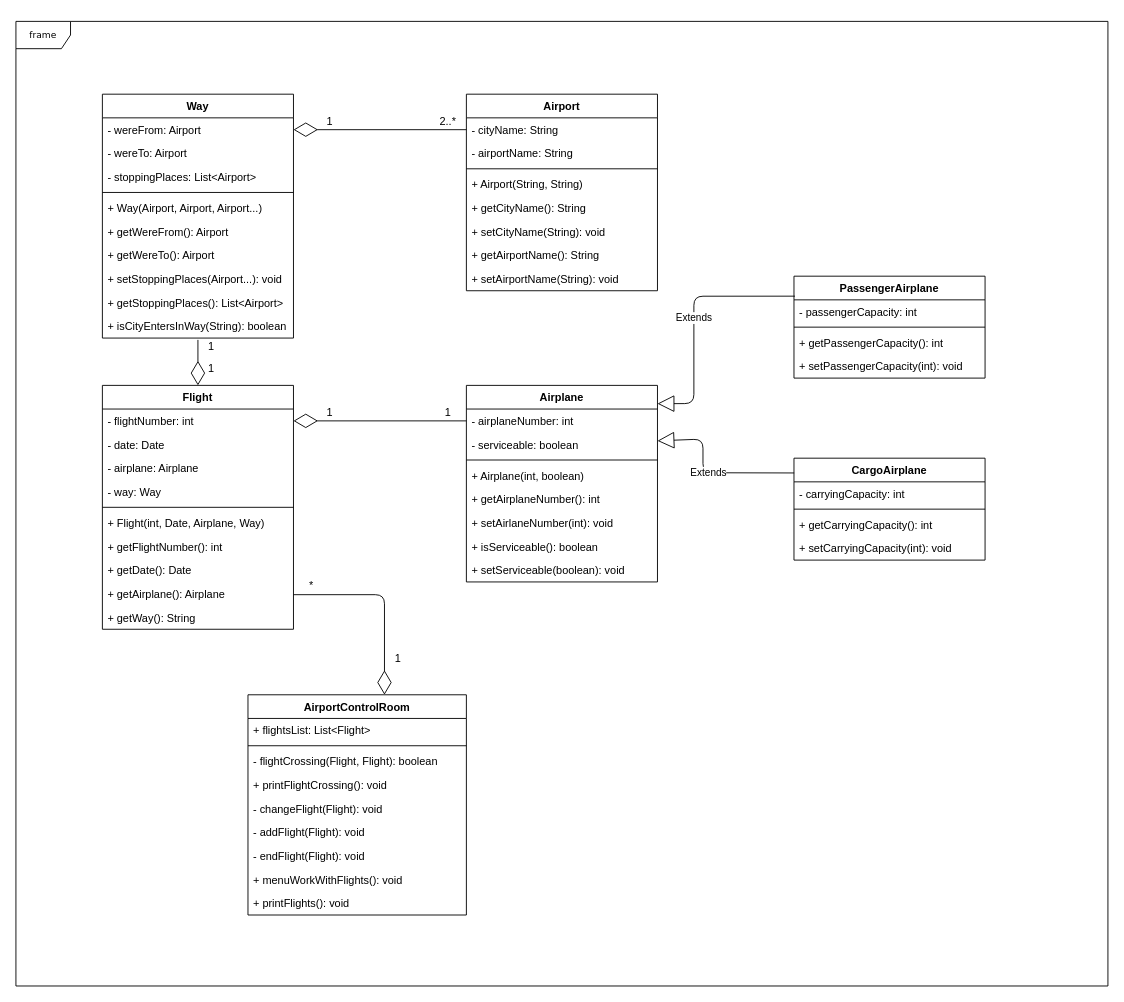
This is task-2/3/Airplane.drawio from Shurik-Yankovich/Restfull-web-project, a draw.io file, before an edit. Source tidied: cells renumbered, new cells numbered last; positions are measured from the earlier drawing's top-left corner, leaving out a move shared by most shapes. Both pictures are drawn from the tidied source at 91%, with x=0, y=0 at pixel (15, 21).
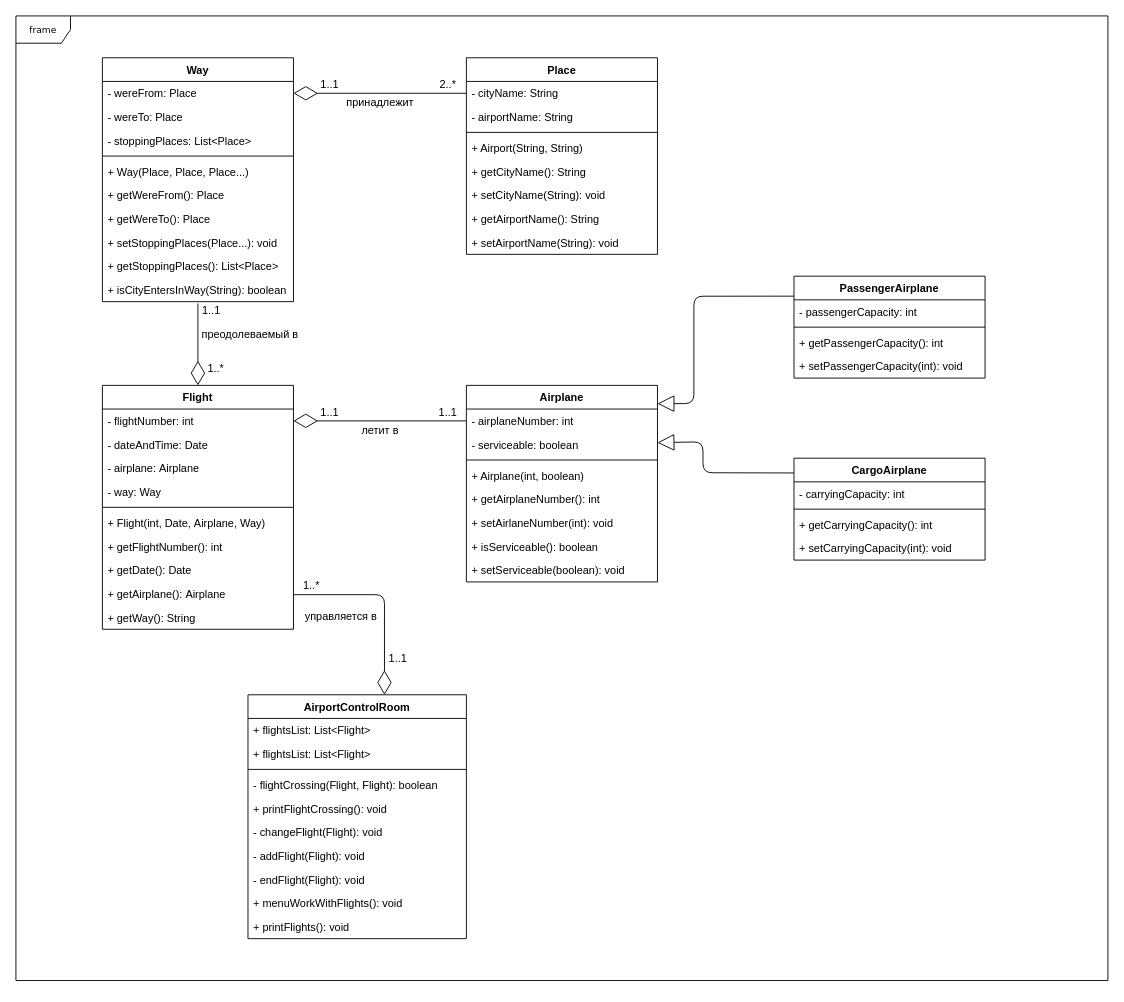
The same page after the edit.

Commit message (it also covers changes not shown here):
Changed UML diagrams in exercise 3 in task 2.

Unchanged cells that the change refers to:
```xml
<mxCell id="4" value="- cityName: String" style="text;strokeColor=none;fillColor=none;align=left;verticalAlign=top;spacingLeft=4;spacingRight=4;overflow=hidden;points=[[0,0.5],[1,0.5]];portConstraint=eastwest;" parent="3" vertex="1">
  <mxGeometry y="26" width="210" height="26" as="geometry" />
</mxCell>
<mxCell id="22" value="+ isCityEntersInWay(String): boolean" style="text;strokeColor=none;fillColor=none;align=left;verticalAlign=top;spacingLeft=4;spacingRight=4;overflow=hidden;points=[[0,0.5],[1,0.5]];portConstraint=eastwest;" parent="12" vertex="1">
  <mxGeometry y="242" width="210" height="26" as="geometry" />
</mxCell>
<mxCell id="23" value="Flight" style="swimlane;fontStyle=1;align=center;verticalAlign=top;horizontal=1;startSize=26;" parent="1" vertex="1">
  <mxGeometry x="95" y="400" width="210" height="268" as="geometry" />
</mxCell>
<mxCell id="24" value="- flightNumber: int" style="text;strokeColor=none;fillColor=none;align=left;verticalAlign=top;spacingLeft=4;spacingRight=4;overflow=hidden;points=[[0,0.5],[1,0.5]];portConstraint=eastwest;" parent="23" vertex="1">
  <mxGeometry y="26" width="210" height="26" as="geometry" />
</mxCell>
<mxCell id="34" value="Airplane" style="swimlane;fontStyle=1;align=center;verticalAlign=top;horizontal=1;startSize=26;" parent="1" vertex="1">
  <mxGeometry x="495" y="400" width="210" height="216" as="geometry" />
</mxCell>
<mxCell id="35" value="- airplaneNumber: int" style="text;strokeColor=none;fillColor=none;align=left;verticalAlign=top;spacingLeft=4;spacingRight=4;overflow=hidden;points=[[0,0.5],[1,0.5]];portConstraint=eastwest;" parent="34" vertex="1">
  <mxGeometry y="26" width="210" height="26" as="geometry" />
</mxCell>
<mxCell id="36" value="- serviceable: boolean" style="text;strokeColor=none;fillColor=none;align=left;verticalAlign=top;spacingLeft=4;spacingRight=4;overflow=hidden;points=[[0,0.5],[1,0.5]];portConstraint=eastwest;" parent="34" vertex="1">
  <mxGeometry y="52" width="210" height="26" as="geometry" />
</mxCell>
<mxCell id="53" value="PassengerAirplane" style="swimlane;fontStyle=1;align=center;verticalAlign=top;horizontal=1;startSize=26;" parent="1" vertex="1">
  <mxGeometry x="855" y="280" width="210" height="112" as="geometry" />
</mxCell>
<mxCell id="58" value="CargoAirplane" style="swimlane;fontStyle=1;align=center;verticalAlign=top;horizontal=1;startSize=26;" parent="1" vertex="1">
  <mxGeometry x="855" y="480" width="210" height="112" as="geometry" />
</mxCell>
```

Diff of the diagram source:
```diff
@@
     <mxCell id="2" value="frame" style="shape=umlFrame;whiteSpace=wrap;html=1;rounded=0;shadow=0;comic=0;labelBackgroundColor=none;strokeWidth=1;fontFamily=Verdana;fontSize=10;align=center;" parent="1" vertex="1">
-      <mxGeometry width="1200" height="1060" as="geometry" />
+      <mxGeometry y="-6" width="1200" height="1060" as="geometry" />
     </mxCell>
+    <mxCell id="63" style="endArrow=block;endSize=16;endFill=0;html=1;exitX=0.005;exitY=0.196;exitDx=0;exitDy=0;entryX=1;entryY=0.093;entryDx=0;entryDy=0;entryPerimeter=0;exitPerimeter=0;" parent="1" edge="1" source="53" target="34">
+      <mxGeometry relative="1" as="geometry">
+        <Array as="points">
+          <mxPoint x="745" y="302" />
+          <mxPoint x="745" y="420" />
+        </Array>
+      </mxGeometry>
+    </mxCell>
+    <mxCell id="64" style="endArrow=block;endSize=16;endFill=0;html=1;exitX=0.001;exitY=0.145;exitDx=0;exitDy=0;exitPerimeter=0;" parent="1" edge="1" source="58" target="36">
+      <mxGeometry relative="1" as="geometry">
+        <Array as="points">
+          <mxPoint x="755" y="496" />
+          <mxPoint x="755" y="462" />
+        </Array>
+      </mxGeometry>
+    </mxCell>
+    <mxCell id="65" style="endArrow=diamondThin;endFill=0;endSize=24;html=1;entryX=1;entryY=0.5;entryDx=0;entryDy=0;exitX=0;exitY=0.5;exitDx=0;exitDy=0;" parent="1" edge="1" source="35" target="24">
+      <mxGeometry relative="1" as="geometry" />
+    </mxCell>
+    <mxCell id="66" style="endArrow=diamondThin;endFill=0;endSize=24;html=1;entryX=1;entryY=0.5;entryDx=0;entryDy=0;exitX=0;exitY=0.5;exitDx=0;exitDy=0;" parent="1" edge="1" source="4" target="13">
+      <mxGeometry relative="1" as="geometry" />
+    </mxCell>
+    <mxCell id="67" style="endArrow=diamondThin;endFill=0;endSize=24;html=1;exitX=0.5;exitY=1.077;exitDx=0;exitDy=0;exitPerimeter=0;entryX=0.5;entryY=0;entryDx=0;entryDy=0;" parent="1" edge="1" source="22" target="23">
+      <mxGeometry relative="1" as="geometry" />
+    </mxCell>
+    <mxCell id="68" style="endArrow=diamondThin;endFill=0;endSize=24;html=1;entryX=0.625;entryY=0;entryDx=0;entryDy=0;entryPerimeter=0;" parent="1" edge="1" target="43">
+      <mxGeometry relative="1" as="geometry">
+        <mxPoint x="305" y="630" as="sourcePoint" />
+        <Array as="points">
+          <mxPoint x="405" y="630" />
+        </Array>
+      </mxGeometry>
+    </mxCell>
+    <mxCell id="69" value="1..1" style="text;html=1;strokeColor=none;fillColor=none;align=center;verticalAlign=middle;whiteSpace=wrap;rounded=0;" parent="1" vertex="1">
+      <mxGeometry x="455" y="420" width="40" height="20" as="geometry" />
+    </mxCell>
+    <mxCell id="70" value="1..1" style="text;html=1;strokeColor=none;fillColor=none;align=center;verticalAlign=middle;whiteSpace=wrap;rounded=0;" parent="1" vertex="1">
+      <mxGeometry x="325" y="420" width="40" height="20" as="geometry" />
+    </mxCell>
+    <mxCell id="71" value="1..1" style="text;html=1;strokeColor=none;fillColor=none;align=center;verticalAlign=middle;whiteSpace=wrap;rounded=0;" parent="1" vertex="1">
+      <mxGeometry x="325" y="60" width="40" height="20" as="geometry" />
+    </mxCell>
+    <mxCell id="72" value="2..*" style="text;html=1;strokeColor=none;fillColor=none;align=center;verticalAlign=middle;whiteSpace=wrap;rounded=0;" parent="1" vertex="1">
+      <mxGeometry x="455" y="60" width="40" height="20" as="geometry" />
+    </mxCell>
+    <mxCell id="73" value="1..1" style="text;html=1;strokeColor=none;fillColor=none;align=center;verticalAlign=middle;whiteSpace=wrap;rounded=0;" parent="1" vertex="1">
+      <mxGeometry x="195" y="308" width="40" height="20" as="geometry" />
+    </mxCell>
+    <mxCell id="74" value="1..*" style="text;html=1;strokeColor=none;fillColor=none;align=center;verticalAlign=middle;whiteSpace=wrap;rounded=0;" parent="1" vertex="1">
+      <mxGeometry x="200" y="372" width="40" height="20" as="geometry" />
+    </mxCell>
+    <mxCell id="75" value="1..1" style="text;html=1;strokeColor=none;fillColor=none;align=center;verticalAlign=middle;whiteSpace=wrap;rounded=0;" parent="1" vertex="1">
+      <mxGeometry x="400" y="690" width="40" height="20" as="geometry" />
+    </mxCell>
+    <mxCell id="76" value="1..*" style="text;html=1;strokeColor=none;fillColor=none;align=center;verticalAlign=middle;whiteSpace=wrap;rounded=0;" parent="1" vertex="1">
+      <mxGeometry x="305" y="610" width="40" height="20" as="geometry" />
+    </mxCell>
-    <mxCell id="3" value="Airport" style="swimlane;fontStyle=1;align=center;verticalAlign=top;horizontal=1;startSize=26;" parent="1" vertex="1">
-      <mxGeometry x="495" y="80" width="210" height="216" as="geometry" />
+    <mxCell id="3" value="Place" style="swimlane;fontStyle=1;align=center;verticalAlign=top;horizontal=1;startSize=26;" parent="1" vertex="1">
+      <mxGeometry x="495" y="40" width="210" height="216" as="geometry" />
     </mxCell>
@@
     <mxCell id="12" value="Way" style="swimlane;fontStyle=1;align=center;verticalAlign=top;horizontal=1;startSize=26;" parent="1" vertex="1">
-      <mxGeometry x="95" y="80" width="210" height="268" as="geometry" />
+      <mxGeometry x="95" y="40" width="210" height="268" as="geometry" />
     </mxCell>
-    <mxCell id="13" value="- wereFrom: Airport" style="text;strokeColor=none;fillColor=none;align=left;verticalAlign=top;spacingLeft=4;spacingRight=4;overflow=hidden;points=[[0,0.5],[1,0.5]];portConstraint=eastwest;" parent="12" vertex="1">
+    <mxCell id="13" value="- wereFrom: Place" style="text;strokeColor=none;fillColor=none;align=left;verticalAlign=top;spacingLeft=4;spacingRight=4;overflow=hidden;points=[[0,0.5],[1,0.5]];portConstraint=eastwest;" parent="12" vertex="1">
       <mxGeometry y="26" width="210" height="26" as="geometry" />
     </mxCell>
-    <mxCell id="14" value="- wereTo: Airport" style="text;strokeColor=none;fillColor=none;align=left;verticalAlign=top;spacingLeft=4;spacingRight=4;overflow=hidden;" parent="12" vertex="1">
+    <mxCell id="14" value="- wereTo: Place" style="text;strokeColor=none;fillColor=none;align=left;verticalAlign=top;spacingLeft=4;spacingRight=4;overflow=hidden;" parent="12" vertex="1">
       <mxGeometry y="52" width="210" height="26" as="geometry" />
     </mxCell>
-    <mxCell id="15" value="- stoppingPlaces: List&lt;Airport&gt;" style="text;strokeColor=none;fillColor=none;align=left;verticalAlign=top;spacingLeft=4;spacingRight=4;overflow=hidden;" parent="12" vertex="1">
+    <mxCell id="15" value="- stoppingPlaces: List&lt;Place&gt;" style="text;strokeColor=none;fillColor=none;align=left;verticalAlign=top;spacingLeft=4;spacingRight=4;overflow=hidden;" parent="12" vertex="1">
       <mxGeometry y="78" width="210" height="26" as="geometry" />
     </mxCell>
@@
-    <mxCell id="17" value="+ Way(Airport, Airport, Airport...)" style="text;strokeColor=none;fillColor=none;align=left;verticalAlign=top;spacingLeft=4;spacingRight=4;overflow=hidden;" parent="12" vertex="1">
+    <mxCell id="17" value="+ Way(Place, Place, Place...)" style="text;strokeColor=none;fillColor=none;align=left;verticalAlign=top;spacingLeft=4;spacingRight=4;overflow=hidden;" parent="12" vertex="1">
       <mxGeometry y="112" width="210" height="26" as="geometry" />
     </mxCell>
-    <mxCell id="18" value="+ getWereFrom(): Airport" style="text;strokeColor=none;fillColor=none;align=left;verticalAlign=top;spacingLeft=4;spacingRight=4;overflow=hidden;" parent="12" vertex="1">
+    <mxCell id="18" value="+ getWereFrom(): Place" style="text;strokeColor=none;fillColor=none;align=left;verticalAlign=top;spacingLeft=4;spacingRight=4;overflow=hidden;" parent="12" vertex="1">
       <mxGeometry y="138" width="210" height="26" as="geometry" />
     </mxCell>
-    <mxCell id="19" value="+ getWereTo(): Airport" style="text;strokeColor=none;fillColor=none;align=left;verticalAlign=top;spacingLeft=4;spacingRight=4;overflow=hidden;" parent="12" vertex="1">
+    <mxCell id="19" value="+ getWereTo(): Place" style="text;strokeColor=none;fillColor=none;align=left;verticalAlign=top;spacingLeft=4;spacingRight=4;overflow=hidden;" parent="12" vertex="1">
       <mxGeometry y="164" width="210" height="26" as="geometry" />
     </mxCell>
-    <mxCell id="20" value="+ setStoppingPlaces(Airport...): void" style="text;strokeColor=none;fillColor=none;align=left;verticalAlign=top;spacingLeft=4;spacingRight=4;overflow=hidden;" parent="12" vertex="1">
+    <mxCell id="20" value="+ setStoppingPlaces(Place...): void" style="text;strokeColor=none;fillColor=none;align=left;verticalAlign=top;spacingLeft=4;spacingRight=4;overflow=hidden;" parent="12" vertex="1">
       <mxGeometry y="190" width="210" height="26" as="geometry" />
     </mxCell>
-    <mxCell id="21" value="+ getStoppingPlaces(): List&lt;Airport&gt;" style="text;strokeColor=none;fillColor=none;align=left;verticalAlign=top;spacingLeft=4;spacingRight=4;overflow=hidden;" parent="12" vertex="1">
+    <mxCell id="21" value="+ getStoppingPlaces(): List&lt;Place&gt;" style="text;strokeColor=none;fillColor=none;align=left;verticalAlign=top;spacingLeft=4;spacingRight=4;overflow=hidden;" parent="12" vertex="1">
       <mxGeometry y="216" width="210" height="26" as="geometry" />
     </mxCell>
@@
-    <mxCell id="25" value="- date: Date" style="text;strokeColor=none;fillColor=none;align=left;verticalAlign=top;spacingLeft=4;spacingRight=4;overflow=hidden;" parent="23" vertex="1">
+    <mxCell id="25" value="- dateAndTime: Date" style="text;strokeColor=none;fillColor=none;align=left;verticalAlign=top;spacingLeft=4;spacingRight=4;overflow=hidden;" parent="23" vertex="1">
       <mxGeometry y="52" width="210" height="26" as="geometry" />
     </mxCell>
-    <mxCell id="26" value="- airplane: Airplane" style="text;strokeColor=none;fillColor=none;align=left;verticalAlign=top;spacingLeft=4;spacingRight=4;overflow=hidden;" parent="23" vertex="1">
+    <mxCell id="26" value="- airplane: Airplane" style="text;strokeColor=none;fillColor=none;align=left;verticalAlign=top;spacingLeft=4;spacingRight=4;overflow=hidden;" parent="23" vertex="1">
       <mxGeometry y="78" width="210" height="26" as="geometry" />
     </mxCell>
@@
-    <mxCell id="29" value="+ Flight(int, Date, Airplane, Way)" style="text;strokeColor=none;fillColor=none;align=left;verticalAlign=top;spacingLeft=4;spacingRight=4;overflow=hidden;" parent="23" vertex="1">
+    <mxCell id="29" value="+ Flight(int, Date, Airplane, Way)" style="text;strokeColor=none;fillColor=none;align=left;verticalAlign=top;spacingLeft=4;spacingRight=4;overflow=hidden;" parent="23" vertex="1">
       <mxGeometry y="138" width="210" height="26" as="geometry" />
     </mxCell>
@@
-    <mxCell id="32" value="+ getAirplane(): Airplane" style="text;strokeColor=none;fillColor=none;align=left;verticalAlign=top;spacingLeft=4;spacingRight=4;overflow=hidden;" parent="23" vertex="1">
+    <mxCell id="32" value="+ getAirplane(): Airplane" style="text;strokeColor=none;fillColor=none;align=left;verticalAlign=top;spacingLeft=4;spacingRight=4;overflow=hidden;" parent="23" vertex="1">
       <mxGeometry y="216" width="210" height="26" as="geometry" />
     </mxCell>
@@
     <mxCell id="43" value="AirportControlRoom&#10;" style="swimlane;fontStyle=1;align=center;verticalAlign=top;horizontal=1;startSize=26;" parent="1" vertex="1">
-      <mxGeometry x="255" y="740" width="240" height="242" as="geometry" />
+      <mxGeometry x="255" y="740" width="240" height="268" as="geometry" />
     </mxCell>
+    <mxCell id="77" value="+ flightsList: List&lt;Flight&gt;" style="text;strokeColor=none;fillColor=none;align=left;verticalAlign=top;spacingLeft=4;spacingRight=4;overflow=hidden;" parent="43" vertex="1">
+      <mxGeometry y="26" width="240" height="26" as="geometry" />
+    </mxCell>
     <mxCell id="44" value="+ flightsList: List&lt;Flight&gt;" style="text;strokeColor=none;fillColor=none;align=left;verticalAlign=top;spacingLeft=4;spacingRight=4;overflow=hidden;" parent="43" vertex="1">
-      <mxGeometry y="26" width="240" height="26" as="geometry" />
+      <mxGeometry y="52" width="240" height="26" as="geometry" />
     </mxCell>
     <mxCell id="45" style="line;strokeWidth=1;fillColor=none;align=left;verticalAlign=middle;spacingTop=-1;spacingLeft=3;spacingRight=3;labelPosition=right;" parent="43" vertex="1">
-      <mxGeometry y="52" width="240" height="8" as="geometry" />
+      <mxGeometry y="78" width="240" height="8" as="geometry" />
     </mxCell>
     <mxCell id="46" value="- flightCrossing(Flight, Flight): boolean" style="text;strokeColor=none;fillColor=none;align=left;verticalAlign=top;spacingLeft=4;spacingRight=4;overflow=hidden;" parent="43" vertex="1">
-      <mxGeometry y="60" width="240" height="26" as="geometry" />
+      <mxGeometry y="86" width="240" height="26" as="geometry" />
     </mxCell>
     <mxCell id="47" value="+ printFlightCrossing(): void" style="text;strokeColor=none;fillColor=none;align=left;verticalAlign=top;spacingLeft=4;spacingRight=4;overflow=hidden;" parent="43" vertex="1">
-      <mxGeometry y="86" width="240" height="26" as="geometry" />
+      <mxGeometry y="112" width="240" height="26" as="geometry" />
     </mxCell>
     <mxCell id="48" value="- changeFlight(Flight): void" style="text;strokeColor=none;fillColor=none;align=left;verticalAlign=top;spacingLeft=4;spacingRight=4;overflow=hidden;" parent="43" vertex="1">
-      <mxGeometry y="112" width="240" height="26" as="geometry" />
+      <mxGeometry y="138" width="240" height="26" as="geometry" />
     </mxCell>
     <mxCell id="49" value="- addFlight(Flight): void" style="text;strokeColor=none;fillColor=none;align=left;verticalAlign=top;spacingLeft=4;spacingRight=4;overflow=hidden;" parent="43" vertex="1">
-      <mxGeometry y="138" width="240" height="26" as="geometry" />
+      <mxGeometry y="164" width="240" height="26" as="geometry" />
     </mxCell>
     <mxCell id="50" value="- endFlight(Flight): void" style="text;strokeColor=none;fillColor=none;align=left;verticalAlign=top;spacingLeft=4;spacingRight=4;overflow=hidden;" parent="43" vertex="1">
-      <mxGeometry y="164" width="240" height="26" as="geometry" />
+      <mxGeometry y="190" width="240" height="26" as="geometry" />
     </mxCell>
     <mxCell id="51" value="+ menuWorkWithFlights(): void" style="text;strokeColor=none;fillColor=none;align=left;verticalAlign=top;spacingLeft=4;spacingRight=4;overflow=hidden;" parent="43" vertex="1">
-      <mxGeometry y="190" width="240" height="26" as="geometry" />
+      <mxGeometry y="216" width="240" height="26" as="geometry" />
     </mxCell>
     <mxCell id="52" value="+ printFlights(): void" style="text;strokeColor=none;fillColor=none;align=left;verticalAlign=top;spacingLeft=4;spacingRight=4;overflow=hidden;" parent="43" vertex="1">
-      <mxGeometry y="216" width="240" height="26" as="geometry" />
+      <mxGeometry y="242" width="240" height="26" as="geometry" />
     </mxCell>
@@
-    <mxCell id="63" value="Extends" style="endArrow=block;endSize=16;endFill=0;html=1;exitX=0.005;exitY=0.196;exitDx=0;exitDy=0;entryX=1;entryY=0.093;entryDx=0;entryDy=0;entryPerimeter=0;exitPerimeter=0;" parent="1" edge="1" source="53" target="34">
-      <mxGeometry relative="1" as="geometry">
-        <Array as="points">
-          <mxPoint x="745" y="302" />
-          <mxPoint x="745" y="420" />
-        </Array>
-      </mxGeometry>
-    </mxCell>
-    <mxCell id="64" value="Extends" style="endArrow=block;endSize=16;endFill=0;html=1;exitX=0.001;exitY=0.145;exitDx=0;exitDy=0;exitPerimeter=0;" parent="1" edge="1" source="58" target="36">
-      <mxGeometry relative="1" as="geometry">
-        <Array as="points">
-          <mxPoint x="755" y="496" />
-          <mxPoint x="755" y="459" />
-        </Array>
-      </mxGeometry>
-    </mxCell>
-    <mxCell id="65" style="endArrow=diamondThin;endFill=0;endSize=24;html=1;entryX=1;entryY=0.5;entryDx=0;entryDy=0;exitX=0;exitY=0.5;exitDx=0;exitDy=0;" parent="1" edge="1" source="35" target="24">
-      <mxGeometry relative="1" as="geometry" />
-    </mxCell>
-    <mxCell id="66" style="endArrow=diamondThin;endFill=0;endSize=24;html=1;entryX=1;entryY=0.5;entryDx=0;entryDy=0;exitX=0;exitY=0.5;exitDx=0;exitDy=0;" parent="1" edge="1" source="4" target="13">
-      <mxGeometry relative="1" as="geometry" />
-    </mxCell>
-    <mxCell id="67" style="endArrow=diamondThin;endFill=0;endSize=24;html=1;exitX=0.5;exitY=1.077;exitDx=0;exitDy=0;exitPerimeter=0;entryX=0.5;entryY=0;entryDx=0;entryDy=0;" parent="1" edge="1" source="22" target="23">
-      <mxGeometry relative="1" as="geometry" />
-    </mxCell>
-    <mxCell id="68" style="endArrow=diamondThin;endFill=0;endSize=24;html=1;entryX=0.625;entryY=0;entryDx=0;entryDy=0;entryPerimeter=0;" parent="1" edge="1" target="43">
-      <mxGeometry relative="1" as="geometry">
-        <mxPoint x="305" y="630" as="sourcePoint" />
-        <Array as="points">
-          <mxPoint x="405" y="630" />
-        </Array>
-      </mxGeometry>
-    </mxCell>
-    <mxCell id="69" value="1" style="text;html=1;strokeColor=none;fillColor=none;align=center;verticalAlign=middle;whiteSpace=wrap;rounded=0;" parent="1" vertex="1">
-      <mxGeometry x="455" y="420" width="40" height="20" as="geometry" />
-    </mxCell>
-    <mxCell id="70" value="1" style="text;html=1;strokeColor=none;fillColor=none;align=center;verticalAlign=middle;whiteSpace=wrap;rounded=0;" parent="1" vertex="1">
-      <mxGeometry x="325" y="420" width="40" height="20" as="geometry" />
-    </mxCell>
-    <mxCell id="71" value="1" style="text;html=1;strokeColor=none;fillColor=none;align=center;verticalAlign=middle;whiteSpace=wrap;rounded=0;" parent="1" vertex="1">
-      <mxGeometry x="325" y="100" width="40" height="20" as="geometry" />
-    </mxCell>
-    <mxCell id="72" value="2..*" style="text;html=1;strokeColor=none;fillColor=none;align=center;verticalAlign=middle;whiteSpace=wrap;rounded=0;" parent="1" vertex="1">
-      <mxGeometry x="455" y="100" width="40" height="20" as="geometry" />
-    </mxCell>
-    <mxCell id="73" value="1" style="text;html=1;strokeColor=none;fillColor=none;align=center;verticalAlign=middle;whiteSpace=wrap;rounded=0;" parent="1" vertex="1">
-      <mxGeometry x="195" y="348" width="40" height="20" as="geometry" />
-    </mxCell>
-    <mxCell id="74" value="1" style="text;html=1;strokeColor=none;fillColor=none;align=center;verticalAlign=middle;whiteSpace=wrap;rounded=0;" parent="1" vertex="1">
-      <mxGeometry x="195" y="372" width="40" height="20" as="geometry" />
-    </mxCell>
-    <mxCell id="75" value="1" style="text;html=1;strokeColor=none;fillColor=none;align=center;verticalAlign=middle;whiteSpace=wrap;rounded=0;" parent="1" vertex="1">
-      <mxGeometry x="400" y="690" width="40" height="20" as="geometry" />
-    </mxCell>
-    <mxCell id="76" value="*" style="text;html=1;strokeColor=none;fillColor=none;align=center;verticalAlign=middle;whiteSpace=wrap;rounded=0;" parent="1" vertex="1">
-      <mxGeometry x="305" y="610" width="40" height="20" as="geometry" />
-    </mxCell>
+    <mxCell id="78" value="принадлежит" style="text;html=1;strokeColor=none;fillColor=none;align=center;verticalAlign=middle;whiteSpace=wrap;rounded=0;" parent="1" vertex="1">
+      <mxGeometry x="352.5" y="80" width="95" height="20" as="geometry" />
+    </mxCell>
+    <mxCell id="79" value="летит в" style="text;html=1;strokeColor=none;fillColor=none;align=center;verticalAlign=middle;whiteSpace=wrap;rounded=0;" parent="1" vertex="1">
+      <mxGeometry x="368" y="440" width="65" height="20" as="geometry" />
+    </mxCell>
+    <mxCell id="80" value="преодолеваемый в" style="text;html=1;strokeColor=none;fillColor=none;align=center;verticalAlign=middle;whiteSpace=wrap;rounded=0;" parent="1" vertex="1">
+      <mxGeometry x="200" y="334" width="115" height="20" as="geometry" />
+    </mxCell>
+    <mxCell id="81" value="управляется в" style="text;html=1;strokeColor=none;fillColor=none;align=center;verticalAlign=middle;whiteSpace=wrap;rounded=0;" parent="1" vertex="1">
+      <mxGeometry x="315" y="644" width="85" height="20" as="geometry" />
+    </mxCell>
```
